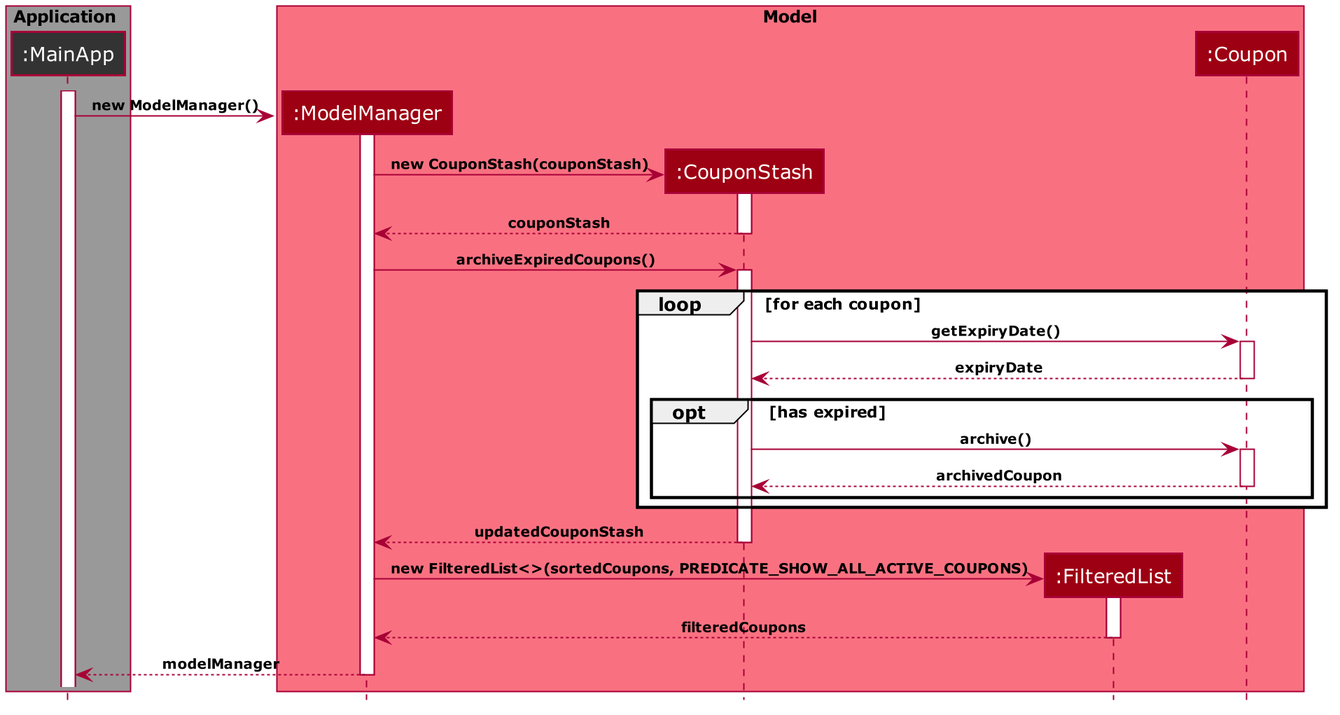
Before: docs/images/ArchiveExpiredSequenceDiagram.png, a diagram exported from PlantUML (nus-cs2103-AY1920S2/addressbook-level3). Its source is kept beside it as docs/diagrams/ArchiveExpiredSequenceDiagram.puml.
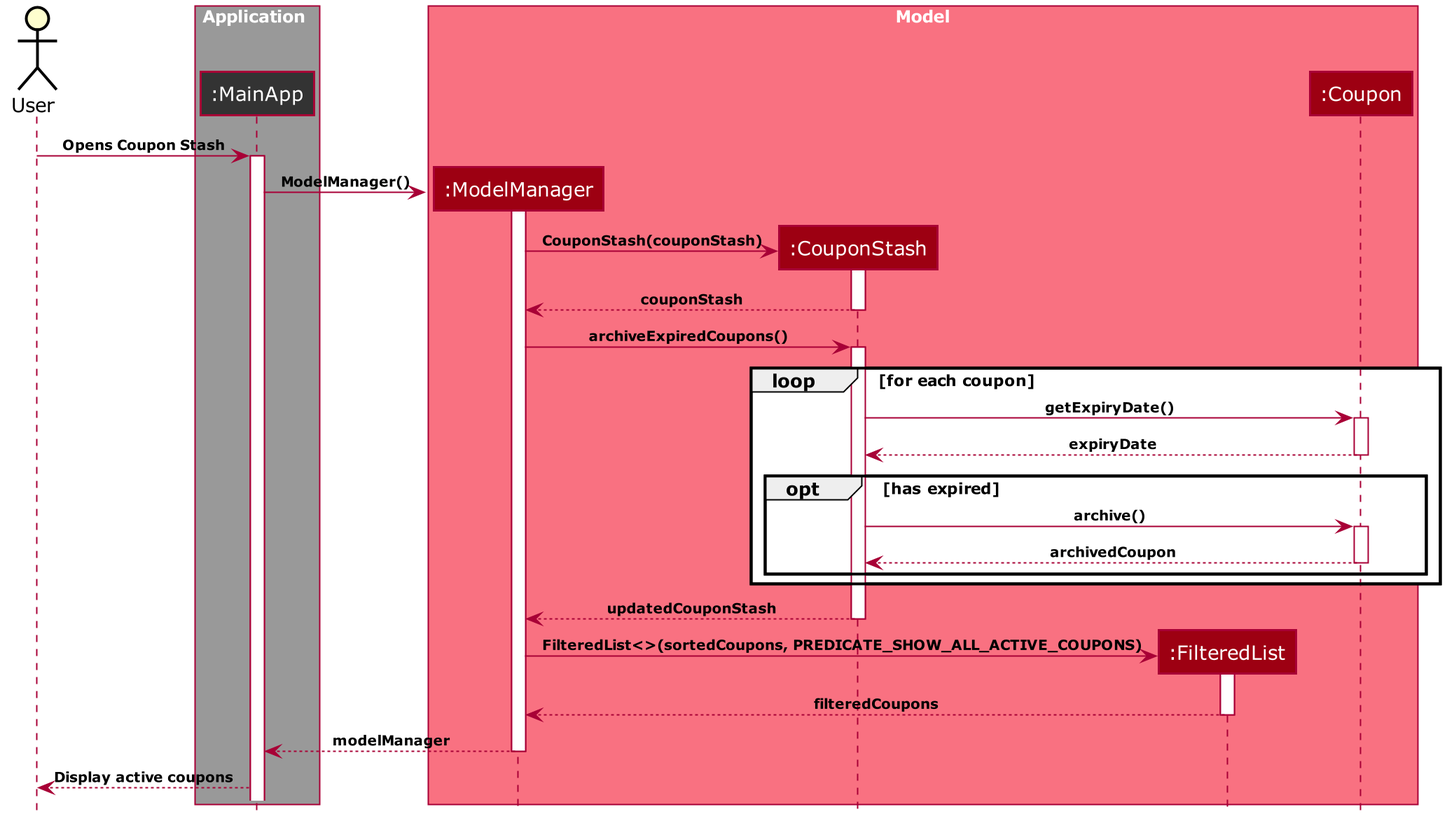
The same diagram one commit later.

The edit, as a diff of the source:
```diff
@@ -3,27 +3,29 @@
 
 skinparam ParticipantPadding 0
 
-box <color:black>Application</color> #999999
+actor User
+
+box <color:white>Application</color> #999999
 participant ":MainApp" as MainApp #333333
 end box
 
-
-box "<color:black>Model</color>" MODEL_COLOR_T1
+box "<color:white>Model</color>" MODEL_COLOR_T1
 participant ":ModelManager" as ModelManager MODEL_COLOR
 participant ":CouponStash" as CouponStash MODEL_COLOR
 participant ":FilteredList" as FilteredList MODEL_COLOR
 participant ":Coupon" as Coupon MODEL_COLOR
 end box
 
+User -> MainApp: Opens Coupon Stash
 activate MainApp
 
+activate ModelManager
 create ModelManager
-activate ModelManager
 
-MainApp -> ModelManager: new ModelManager()
+MainApp -> ModelManager: ModelManager()
 
 create CouponStash
-ModelManager -> CouponStash: new CouponStash(couponStash)
+ModelManager -> CouponStash: CouponStash(couponStash)
 activate CouponStash
 CouponStash --> ModelManager: couponStash
 deactivate CouponStash
@@ -49,12 +51,14 @@
 deactivate CouponStash
 
 create FilteredList
-ModelManager -> FilteredList: new FilteredList<>(sortedCoupons, PREDICATE_SHOW_ALL_ACTIVE_COUPONS)
+ModelManager -> FilteredList: FilteredList<>(sortedCoupons, PREDICATE_SHOW_ALL_ACTIVE_COUPONS)
 activate FilteredList
 FilteredList --> ModelManager: filteredCoupons
 deactivate FilteredList
 
-MainApp <-- ModelManager : modelManager
+MainApp <-- ModelManager: modelManager
 deactivate ModelManager
 
+User <-- MainApp: Display active coupons
+
 @enduml
```
